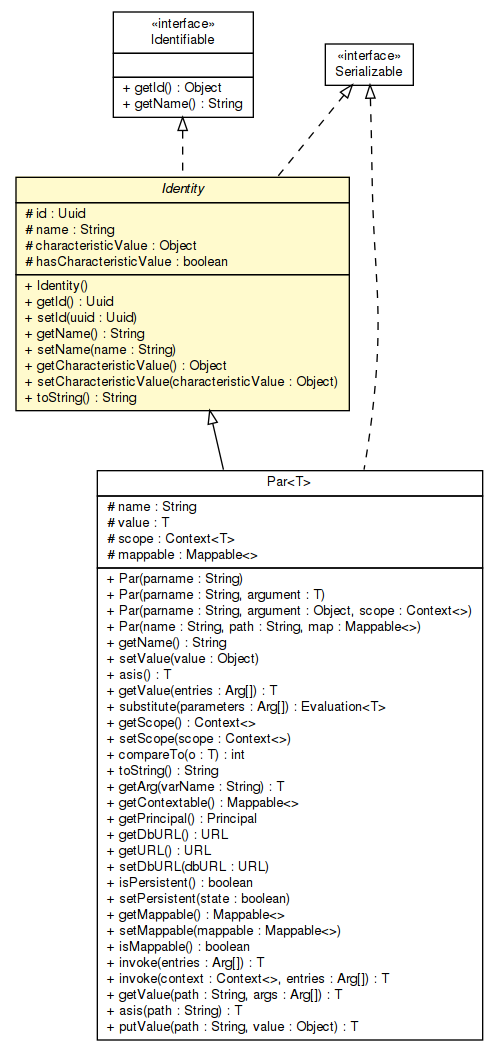
This is apidocs/sorcer/service/Identity.png from sorcersoft/sorcersoft.github.io, a Graphviz export, as it was before one commit. Its source is kept beside it as apidocs/sorcer/service/Identity.dot.
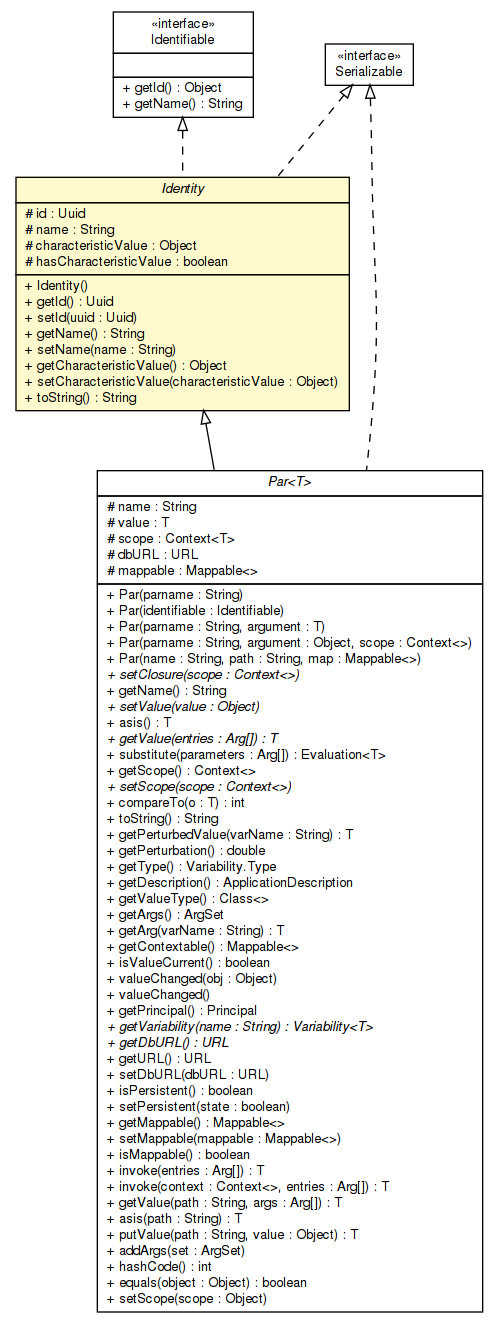
The same diagram one commit later.

Diff of the diagram source:
```diff
@@ -4,7 +4,66 @@
 	node [fontname="Helvetica",fontsize=10,shape=plaintext];
 	nodesep=0.25;
 	ranksep=0.5;
-	c171743 [label=<<table title="sorcer.service.Identity" border="0" cellborder="1" cellspacing="0" cellpadding="2" port="p" bgcolor="lemonChiffon" href="./Identity.html">
+	c239105 [label=<<table title="sorcer.core.context.model.par.Par" border="0" cellborder="1" cellspacing="0" cellpadding="2" port="p" href="../core/context/model/par/Par.html">
+		<tr><td><table border="0" cellspacing="0" cellpadding="1">
+<tr><td align="center" balign="center"><font face="Helvetica-Oblique"> Par&lt;T&gt; </font></td></tr>
+		</table></td></tr>
+		<tr><td><table border="0" cellspacing="0" cellpadding="1">
+<tr><td align="left" balign="left"> # name : String </td></tr>
+<tr><td align="left" balign="left"> # value : T </td></tr>
+<tr><td align="left" balign="left"> # scope : Context&lt;T&gt; </td></tr>
+<tr><td align="left" balign="left"> # dbURL : URL </td></tr>
+<tr><td align="left" balign="left"> # mappable : Mappable&lt;&gt; </td></tr>
+		</table></td></tr>
+		<tr><td><table border="0" cellspacing="0" cellpadding="1">
+<tr><td align="left" balign="left"> + Par(parname : String) </td></tr>
+<tr><td align="left" balign="left"> + Par(identifiable : Identifiable) </td></tr>
+<tr><td align="left" balign="left"> + Par(parname : String, argument : T) </td></tr>
+<tr><td align="left" balign="left"> + Par(parname : String, argument : Object, scope : Context&lt;&gt;) </td></tr>
+<tr><td align="left" balign="left"> + Par(name : String, path : String, map : Mappable&lt;&gt;) </td></tr>
+<tr><td align="left" balign="left"><font face="Helvetica-Oblique" point-size="10.0"> + setClosure(scope : Context&lt;&gt;) </font></td></tr>
+<tr><td align="left" balign="left"> + getName() : String </td></tr>
+<tr><td align="left" balign="left"><font face="Helvetica-Oblique" point-size="10.0"> + setValue(value : Object) </font></td></tr>
+<tr><td align="left" balign="left"> + asis() : T </td></tr>
+<tr><td align="left" balign="left"><font face="Helvetica-Oblique" point-size="10.0"> + getValue(entries : Arg[]) : T </font></td></tr>
+<tr><td align="left" balign="left"> + substitute(parameters : Arg[]) : Evaluation&lt;T&gt; </td></tr>
+<tr><td align="left" balign="left"> + getScope() : Context&lt;&gt; </td></tr>
+<tr><td align="left" balign="left"><font face="Helvetica-Oblique" point-size="10.0"> + setScope(scope : Context&lt;&gt;) </font></td></tr>
+<tr><td align="left" balign="left"> + compareTo(o : T) : int </td></tr>
+<tr><td align="left" balign="left"> + toString() : String </td></tr>
+<tr><td align="left" balign="left"> + getPerturbedValue(varName : String) : T </td></tr>
+<tr><td align="left" balign="left"> + getPerturbation() : double </td></tr>
+<tr><td align="left" balign="left"> + getType() : Variability.Type </td></tr>
+<tr><td align="left" balign="left"> + getDescription() : ApplicationDescription </td></tr>
+<tr><td align="left" balign="left"> + getValueType() : Class&lt;&gt; </td></tr>
+<tr><td align="left" balign="left"> + getArgs() : ArgSet </td></tr>
+<tr><td align="left" balign="left"> + getArg(varName : String) : T </td></tr>
+<tr><td align="left" balign="left"> + getContextable() : Mappable&lt;&gt; </td></tr>
+<tr><td align="left" balign="left"> + isValueCurrent() : boolean </td></tr>
+<tr><td align="left" balign="left"> + valueChanged(obj : Object) </td></tr>
+<tr><td align="left" balign="left"> + valueChanged() </td></tr>
+<tr><td align="left" balign="left"> + getPrincipal() : Principal </td></tr>
+<tr><td align="left" balign="left"><font face="Helvetica-Oblique" point-size="10.0"> + getVariability(name : String) : Variability&lt;T&gt; </font></td></tr>
+<tr><td align="left" balign="left"><font face="Helvetica-Oblique" point-size="10.0"> + getDbURL() : URL </font></td></tr>
+<tr><td align="left" balign="left"> + getURL() : URL </td></tr>
+<tr><td align="left" balign="left"> + setDbURL(dbURL : URL) </td></tr>
+<tr><td align="left" balign="left"> + isPersistent() : boolean </td></tr>
+<tr><td align="left" balign="left"> + setPersistent(state : boolean) </td></tr>
+<tr><td align="left" balign="left"> + getMappable() : Mappable&lt;&gt; </td></tr>
+<tr><td align="left" balign="left"> + setMappable(mappable : Mappable&lt;&gt;) </td></tr>
+<tr><td align="left" balign="left"> + isMappable() : boolean </td></tr>
+<tr><td align="left" balign="left"> + invoke(entries : Arg[]) : T </td></tr>
+<tr><td align="left" balign="left"> + invoke(context : Context&lt;&gt;, entries : Arg[]) : T </td></tr>
+<tr><td align="left" balign="left"> + getValue(path : String, args : Arg[]) : T </td></tr>
+<tr><td align="left" balign="left"> + asis(path : String) : T </td></tr>
+<tr><td align="left" balign="left"> + putValue(path : String, value : Object) : T </td></tr>
+<tr><td align="left" balign="left"> + addArgs(set : ArgSet) </td></tr>
+<tr><td align="left" balign="left"> + hashCode() : int </td></tr>
+<tr><td align="left" balign="left"> + equals(object : Object) : boolean </td></tr>
+<tr><td align="left" balign="left"> + setScope(scope : Object) </td></tr>
+		</table></td></tr>
+		</table>>, URL="../core/context/model/par/Par.html", fontname="Helvetica", fontcolor="black", fontsize=10.0];
+	c239184 [label=<<table title="sorcer.service.Identity" border="0" cellborder="1" cellspacing="0" cellpadding="2" port="p" bgcolor="lemonChiffon" href="./Identity.html">
 		<tr><td><table border="0" cellspacing="0" cellpadding="1">
 <tr><td align="center" balign="center"><font face="Helvetica-Oblique"> Identity </font></td></tr>
 		</table></td></tr>
@@ -25,7 +84,7 @@
 <tr><td align="left" balign="left"> + toString() : String </td></tr>
 		</table></td></tr>
 		</table>>, URL="./Identity.html", fontname="Helvetica", fontcolor="black", fontsize=10.0];
-	c171788 [label=<<table title="sorcer.service.Identifiable" border="0" cellborder="1" cellspacing="0" cellpadding="2" port="p" href="./Identifiable.html">
+	c239195 [label=<<table title="sorcer.service.Identifiable" border="0" cellborder="1" cellspacing="0" cellpadding="2" port="p" href="./Identifiable.html">
 		<tr><td><table border="0" cellspacing="0" cellpadding="1">
 <tr><td align="center" balign="center"> &#171;interface&#187; </td></tr>
 <tr><td align="center" balign="center"> Identifiable </td></tr>
@@ -38,53 +97,11 @@
 <tr><td align="left" balign="left"> + getName() : String </td></tr>
 		</table></td></tr>
 		</table>>, URL="./Identifiable.html", fontname="Helvetica", fontcolor="black", fontsize=10.0];
-	c171929 [label=<<table title="sorcer.core.context.model.par.Par" border="0" cellborder="1" cellspacing="0" cellpadding="2" port="p" href="../core/context/model/par/Par.html">
-		<tr><td><table border="0" cellspacing="0" cellpadding="1">
-<tr><td align="center" balign="center"> Par&lt;T&gt; </td></tr>
-		</table></td></tr>
-		<tr><td><table border="0" cellspacing="0" cellpadding="1">
-<tr><td align="left" balign="left"> # name : String </td></tr>
-<tr><td align="left" balign="left"> # value : T </td></tr>
-<tr><td align="left" balign="left"> # scope : Context&lt;T&gt; </td></tr>
-<tr><td align="left" balign="left"> # mappable : Mappable&lt;&gt; </td></tr>
-		</table></td></tr>
-		<tr><td><table border="0" cellspacing="0" cellpadding="1">
-<tr><td align="left" balign="left"> + Par(parname : String) </td></tr>
-<tr><td align="left" balign="left"> + Par(parname : String, argument : T) </td></tr>
-<tr><td align="left" balign="left"> + Par(parname : String, argument : Object, scope : Context&lt;&gt;) </td></tr>
-<tr><td align="left" balign="left"> + Par(name : String, path : String, map : Mappable&lt;&gt;) </td></tr>
-<tr><td align="left" balign="left"> + getName() : String </td></tr>
-<tr><td align="left" balign="left"> + setValue(value : Object) </td></tr>
-<tr><td align="left" balign="left"> + asis() : T </td></tr>
-<tr><td align="left" balign="left"> + getValue(entries : Arg[]) : T </td></tr>
-<tr><td align="left" balign="left"> + substitute(parameters : Arg[]) : Evaluation&lt;T&gt; </td></tr>
-<tr><td align="left" balign="left"> + getScope() : Context&lt;&gt; </td></tr>
-<tr><td align="left" balign="left"> + setScope(scope : Context&lt;&gt;) </td></tr>
-<tr><td align="left" balign="left"> + compareTo(o : T) : int </td></tr>
-<tr><td align="left" balign="left"> + toString() : String </td></tr>
-<tr><td align="left" balign="left"> + getArg(varName : String) : T </td></tr>
-<tr><td align="left" balign="left"> + getContextable() : Mappable&lt;&gt; </td></tr>
-<tr><td align="left" balign="left"> + getPrincipal() : Principal </td></tr>
-<tr><td align="left" balign="left"> + getDbURL() : URL </td></tr>
-<tr><td align="left" balign="left"> + getURL() : URL </td></tr>
-<tr><td align="left" balign="left"> + setDbURL(dbURL : URL) </td></tr>
-<tr><td align="left" balign="left"> + isPersistent() : boolean </td></tr>
-<tr><td align="left" balign="left"> + setPersistent(state : boolean) </td></tr>
-<tr><td align="left" balign="left"> + getMappable() : Mappable&lt;&gt; </td></tr>
-<tr><td align="left" balign="left"> + setMappable(mappable : Mappable&lt;&gt;) </td></tr>
-<tr><td align="left" balign="left"> + isMappable() : boolean </td></tr>
-<tr><td align="left" balign="left"> + invoke(entries : Arg[]) : T </td></tr>
-<tr><td align="left" balign="left"> + invoke(context : Context&lt;&gt;, entries : Arg[]) : T </td></tr>
-<tr><td align="left" balign="left"> + getValue(path : String, args : Arg[]) : T </td></tr>
-<tr><td align="left" balign="left"> + asis(path : String) : T </td></tr>
-<tr><td align="left" balign="left"> + putValue(path : String, value : Object) : T </td></tr>
-		</table></td></tr>
-		</table>>, URL="../core/context/model/par/Par.html", fontname="Helvetica", fontcolor="black", fontsize=10.0];
-	c172166:p -> c171743:p [dir=back,arrowtail=empty,style=dashed];
-	c171788:p -> c171743:p [dir=back,arrowtail=empty,style=dashed];
-	c171743:p -> c171929:p [dir=back,arrowtail=empty];
-	c172166:p -> c171929:p [dir=back,arrowtail=empty,style=dashed];
-	c172166 [label=<<table title="java.io.Serializable" border="0" cellborder="1" cellspacing="0" cellpadding="2" port="p" href="http://docs.oracle.com/javase/7/docs/api/java/io/Serializable.html">
+	c239184:p -> c239105:p [dir=back,arrowtail=empty];
+	c239613:p -> c239105:p [dir=back,arrowtail=empty,style=dashed];
+	c239613:p -> c239184:p [dir=back,arrowtail=empty,style=dashed];
+	c239195:p -> c239184:p [dir=back,arrowtail=empty,style=dashed];
+	c239613 [label=<<table title="java.io.Serializable" border="0" cellborder="1" cellspacing="0" cellpadding="2" port="p" href="http://docs.oracle.com/javase/7/docs/api/java/io/Serializable.html">
 		<tr><td><table border="0" cellspacing="0" cellpadding="1">
 <tr><td align="center" balign="center"> &#171;interface&#187; </td></tr>
 <tr><td align="center" balign="center"> Serializable </td></tr>
```
